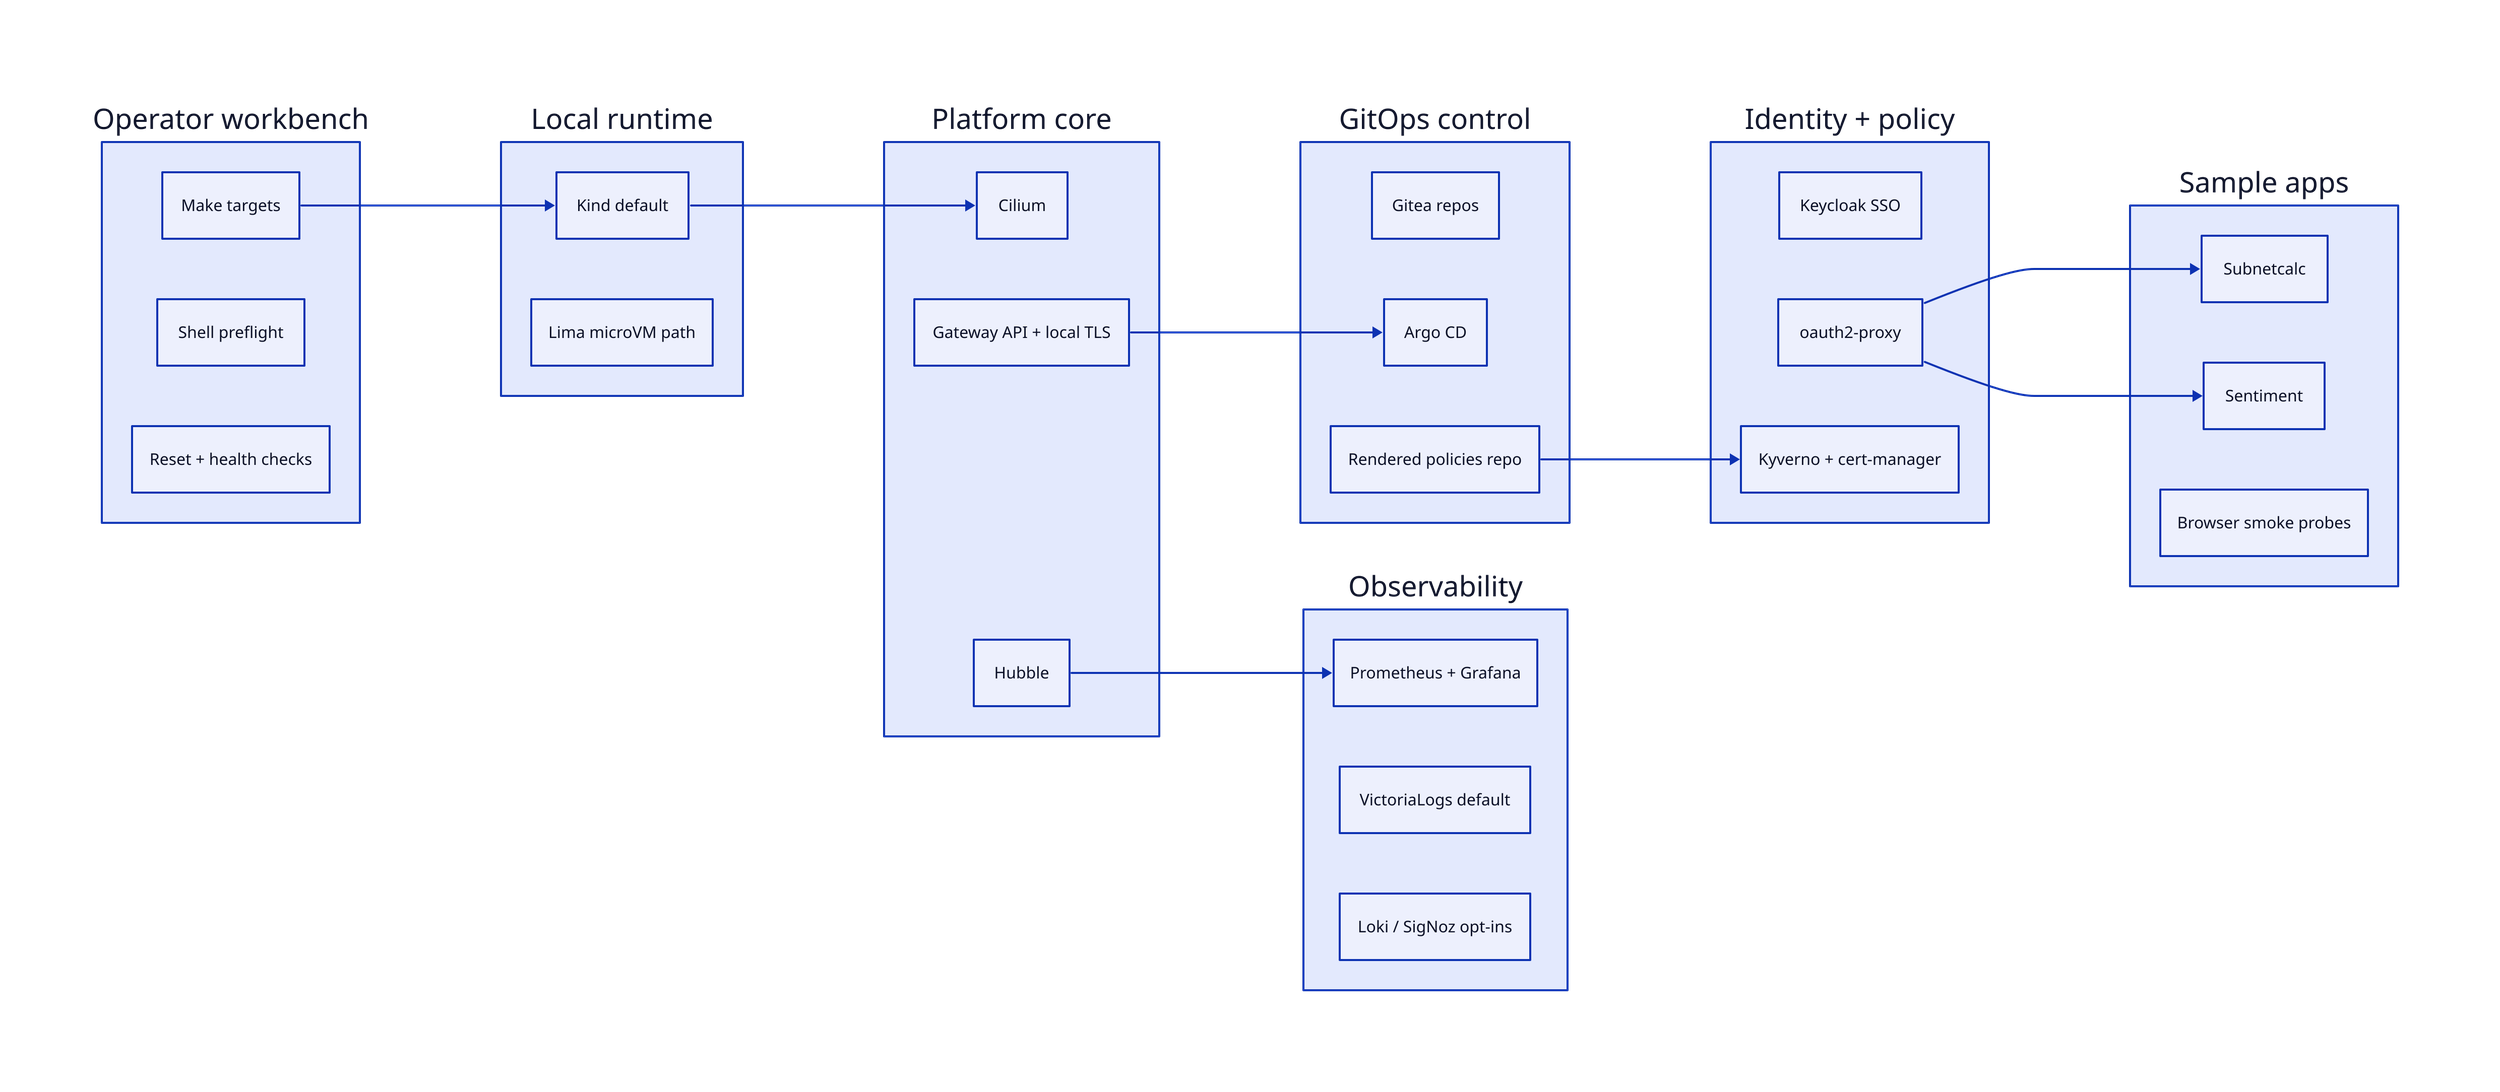
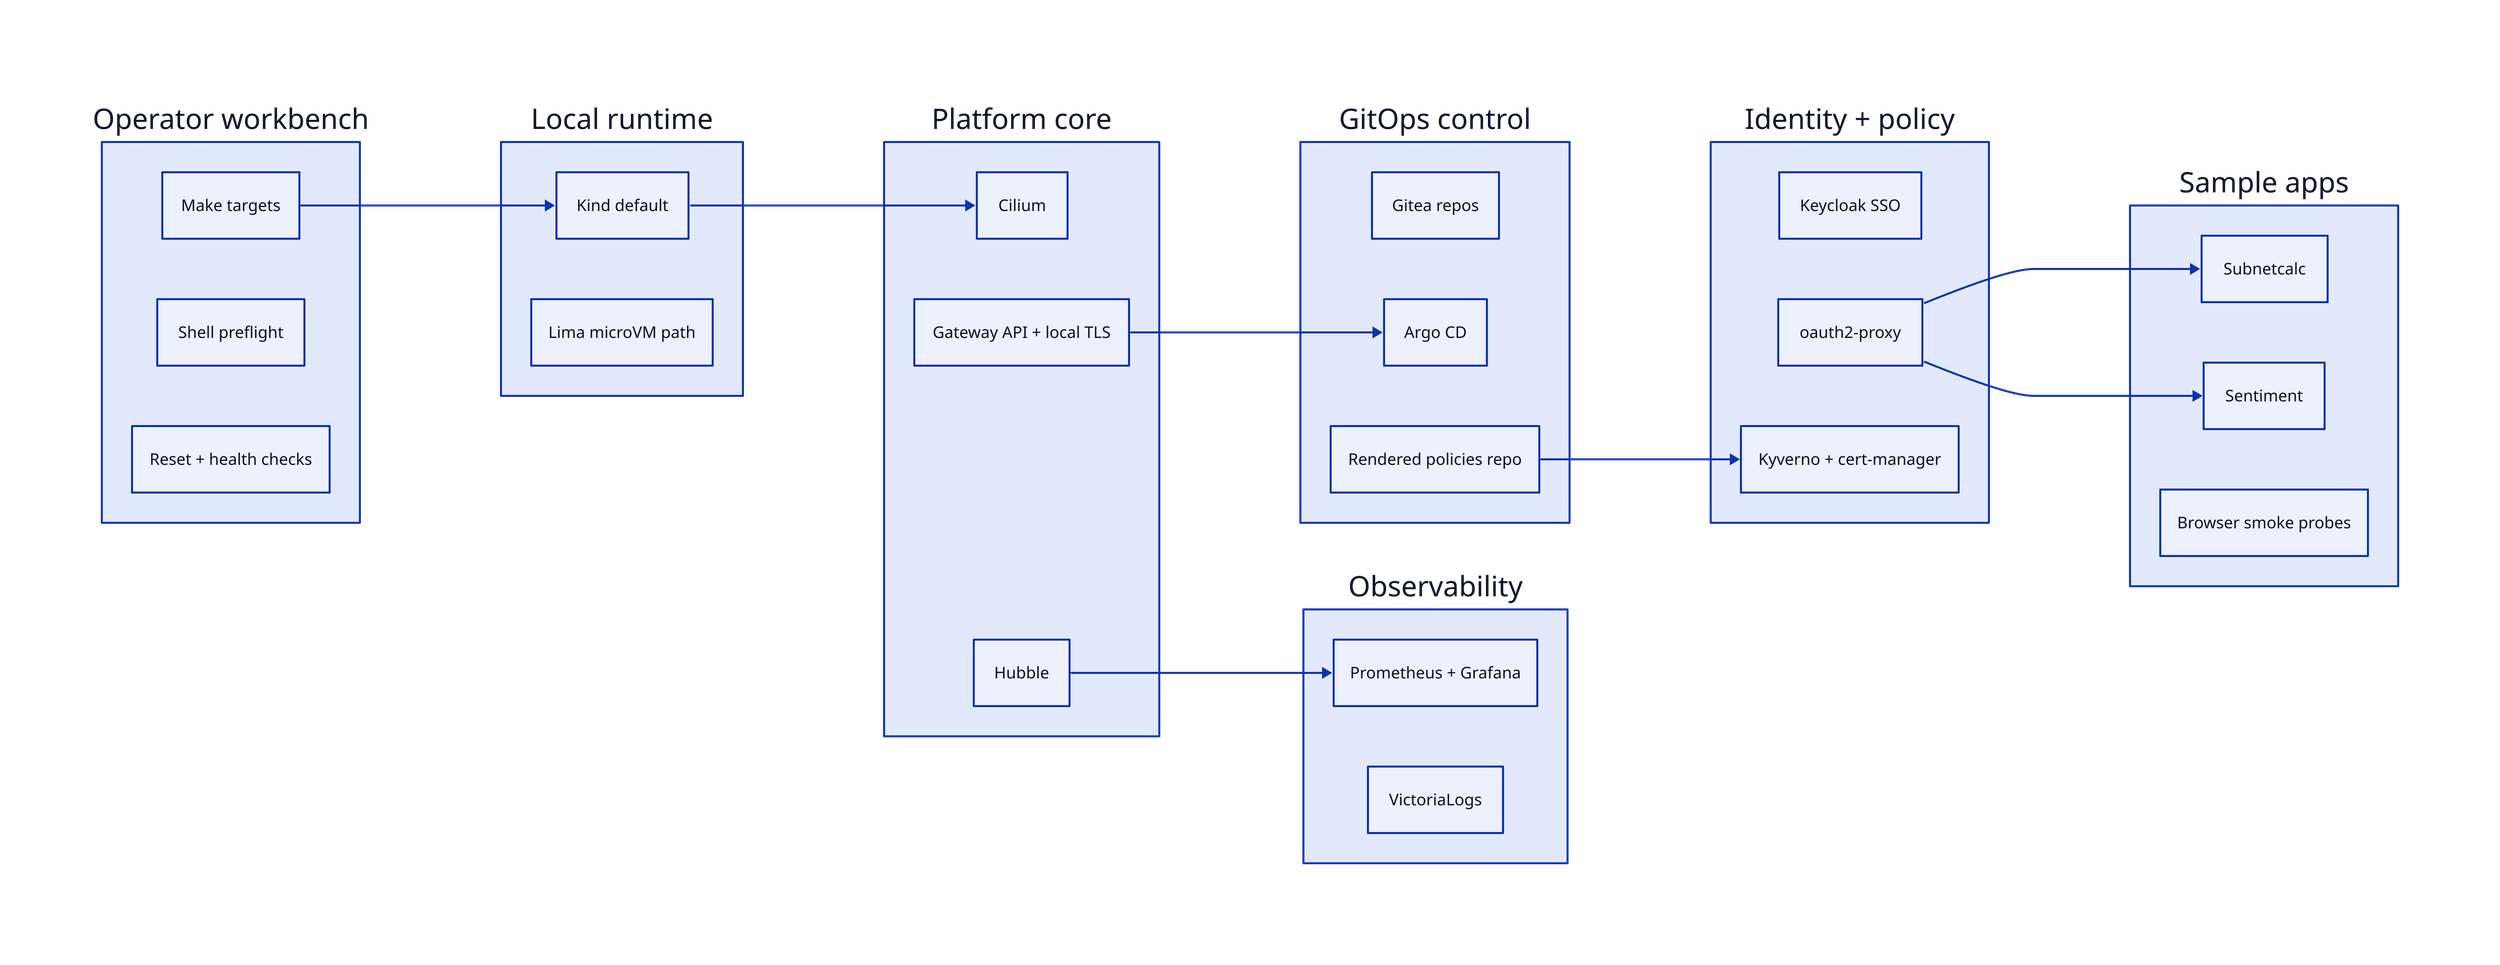
# Source diagram for the docs home page and visual explanations page.
# @light public/diagrams/idp-local-workbench.svg
# @dark public/diagrams/idp-local-workbench-dark.svg
# @layout elk
# @pad 64

direction: right

style.fill: transparent

operator: {
  label: "Operator workbench"
  make: "Make targets"
  preflight: "Shell preflight"
  health: "Reset + health checks"
}

runtime: {
  label: "Local runtime"
  kind: "Kind default"
  lima: "Lima k3s path"
  lima: "Lima microVM path"
}

core: {
  label: "Platform core"
  cilium: "Cilium"
  hubble: "Hubble"
  gateway: "Gateway API + local TLS"
}

gitops: {
  label: "GitOps control"
  gitea: "Gitea repos"
  argo: "Argo CD"
  policies: "Rendered policies repo"
}

security: {
  label: "Identity + policy"
  keycloak: "Keycloak SSO"
  oauth: "oauth2-proxy"
  kyverno: "Kyverno + cert-manager"
}

observability: {
  label: "Observability"
  default: "Prometheus + Grafana"
  logs: "VictoriaLogs default"
-   heavier: "Loki / SigNoz opt-ins"
+   logs: "VictoriaLogs"
}

apps: {
  label: "Sample apps"
  subnetcalc: "Subnetcalc"
  sentiment: "Sentiment"
  probes: "Browser smoke probes"
}

operator.make -> runtime.kind
runtime.kind -> core.cilium
core.gateway -> gitops.argo
gitops.policies -> security.kyverno
security.oauth -> apps.subnetcalc
security.oauth -> apps.sentiment
core.hubble -> observability.default
